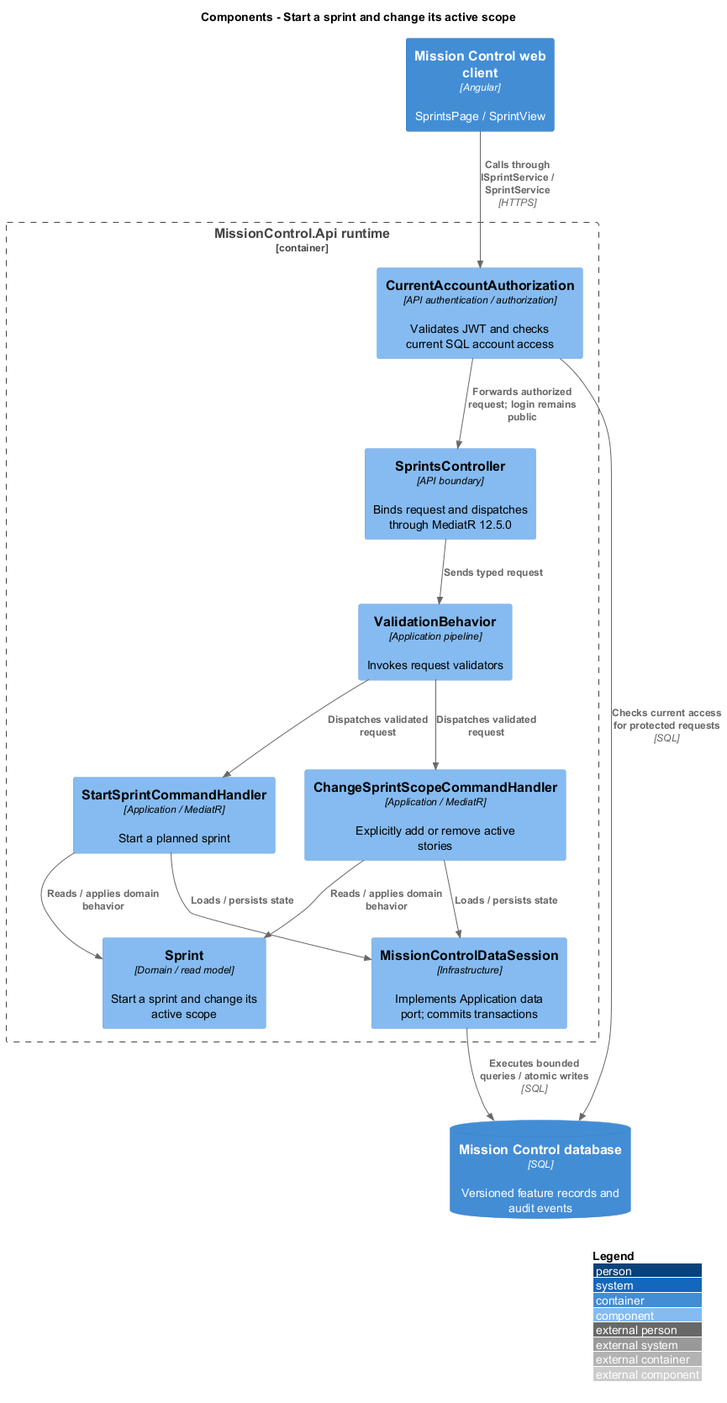
Before: docs/detailed-designs/scrum/start-and-adjust-sprint/diagrams/c4-component.png, a diagram exported from PlantUML (QuinntyneBrown/mission-control). Source of this version:
```plantuml
@startuml
!include <C4/C4_Component>
LAYOUT_WITH_LEGEND()
title Components - Start a sprint and change its active scope
Container(web, "Mission Control web client", "Angular", "SprintsPage / SprintView")
ContainerDb(db, "Mission Control database", "SQL", "Versioned feature records and audit events")
Container_Boundary(api, "MissionControl.Api runtime") {
  Component(ctrl, "SprintsController", "API boundary", "Binds request and dispatches through MediatR 12.5.0")
  Component(access, "CurrentAccountAuthorization", "API authentication / authorization", "Validates JWT and checks current SQL account access")
  Component(validation, "ValidationBehavior", "Application pipeline", "Invokes request validators")
  Component(entity, "Sprint", "Domain / read model", "Start a sprint and change its active scope")
  Component(store, "MissionControlDataSession", "Infrastructure", "Implements Application data port; commits transactions")
Rel(web, access, "Calls through ISprintService / SprintService", "HTTPS")
Rel(access, db, "Checks current access for protected requests", "SQL")
Rel(access, ctrl, "Forwards authorized request; login remains public")
Rel(ctrl, validation, "Sends typed request")
Component(h0, "StartSprintCommandHandler", "Application / MediatR", "Start a planned sprint")
Rel(validation, h0, "Dispatches validated request")
Rel(h0, entity, "Reads / applies domain behavior")
Rel(h0, store, "Loads / persists state")
Component(h1, "ChangeSprintScopeCommandHandler", "Application / MediatR", "Explicitly add or remove active stories")
Rel(validation, h1, "Dispatches validated request")
Rel(h1, entity, "Reads / applies domain behavior")
Rel(h1, store, "Loads / persists state")
}
Rel(store, db, "Executes bounded queries / atomic writes", "SQL")
@enduml
```
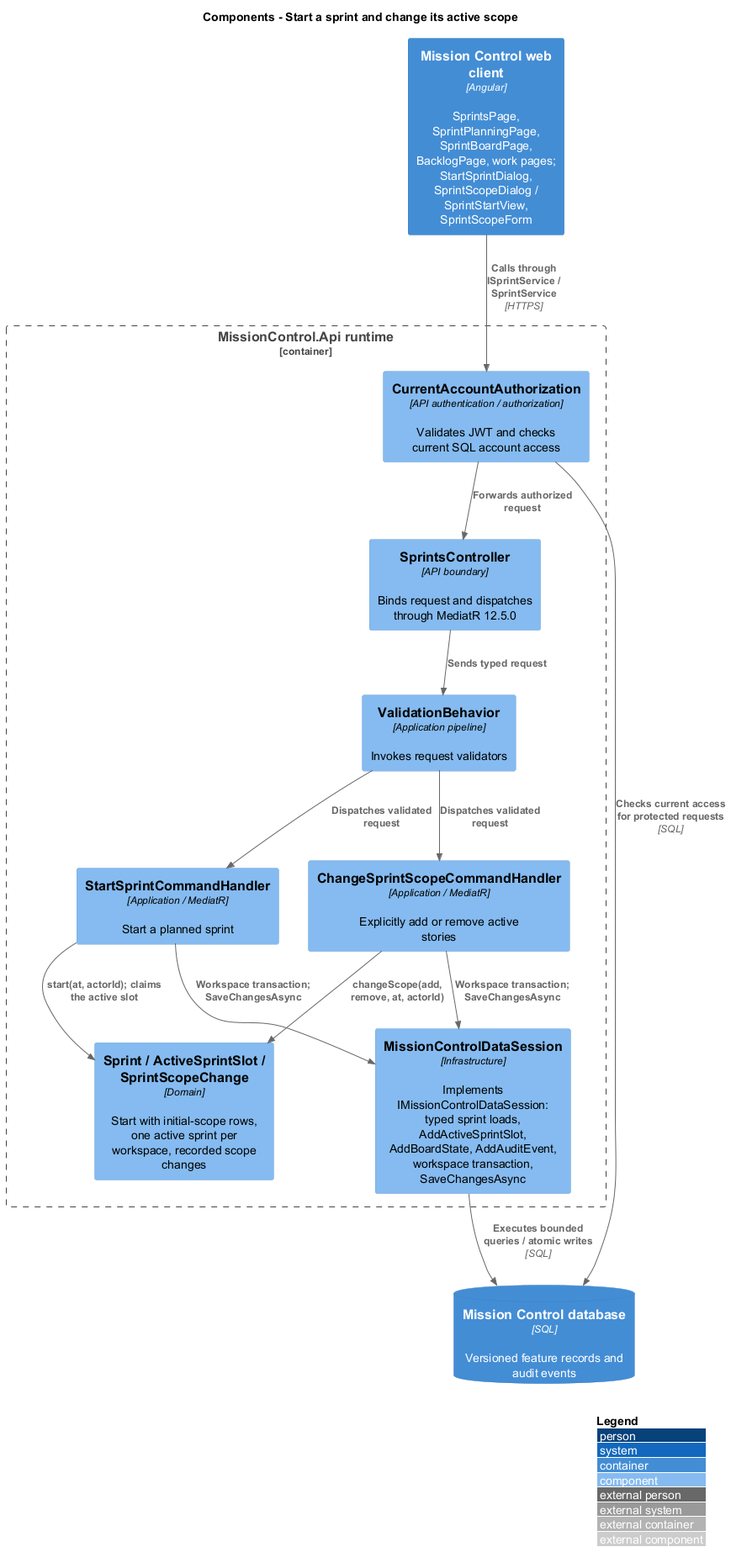
The same diagram one commit later.

What changed in the source:
```diff
@@ -2,26 +2,26 @@
 !include <C4/C4_Component>
 LAYOUT_WITH_LEGEND()
 title Components - Start a sprint and change its active scope
-Container(web, "Mission Control web client", "Angular", "SprintsPage / SprintView")
+Container(web, "Mission Control web client", "Angular", "SprintsPage, SprintPlanningPage, SprintBoardPage, BacklogPage, work pages; StartSprintDialog, SprintScopeDialog / SprintStartView, SprintScopeForm")
 ContainerDb(db, "Mission Control database", "SQL", "Versioned feature records and audit events")
 Container_Boundary(api, "MissionControl.Api runtime") {
   Component(ctrl, "SprintsController", "API boundary", "Binds request and dispatches through MediatR 12.5.0")
   Component(access, "CurrentAccountAuthorization", "API authentication / authorization", "Validates JWT and checks current SQL account access")
   Component(validation, "ValidationBehavior", "Application pipeline", "Invokes request validators")
-  Component(entity, "Sprint", "Domain / read model", "Start a sprint and change its active scope")
-  Component(store, "MissionControlDataSession", "Infrastructure", "Implements Application data port; commits transactions")
+  Component(entity, "Sprint / ActiveSprintSlot / SprintScopeChange", "Domain", "Start with initial-scope rows, one active sprint per workspace, recorded scope changes")
+  Component(store, "MissionControlDataSession", "Infrastructure", "Implements IMissionControlDataSession: typed sprint loads, AddActiveSprintSlot, AddBoardState, AddAuditEvent, workspace transaction, SaveChangesAsync")
 Rel(web, access, "Calls through ISprintService / SprintService", "HTTPS")
 Rel(access, db, "Checks current access for protected requests", "SQL")
-Rel(access, ctrl, "Forwards authorized request; login remains public")
+Rel(access, ctrl, "Forwards authorized request")
 Rel(ctrl, validation, "Sends typed request")
 Component(h0, "StartSprintCommandHandler", "Application / MediatR", "Start a planned sprint")
 Rel(validation, h0, "Dispatches validated request")
-Rel(h0, entity, "Reads / applies domain behavior")
-Rel(h0, store, "Loads / persists state")
+Rel(h0, entity, "start(at, actorId); claims the active slot")
+Rel(h0, store, "Workspace transaction; SaveChangesAsync")
 Component(h1, "ChangeSprintScopeCommandHandler", "Application / MediatR", "Explicitly add or remove active stories")
 Rel(validation, h1, "Dispatches validated request")
-Rel(h1, entity, "Reads / applies domain behavior")
-Rel(h1, store, "Loads / persists state")
+Rel(h1, entity, "changeScope(add, remove, at, actorId)")
+Rel(h1, store, "Workspace transaction; SaveChangesAsync")
 }
 Rel(store, db, "Executes bounded queries / atomic writes", "SQL")
 @enduml
```
